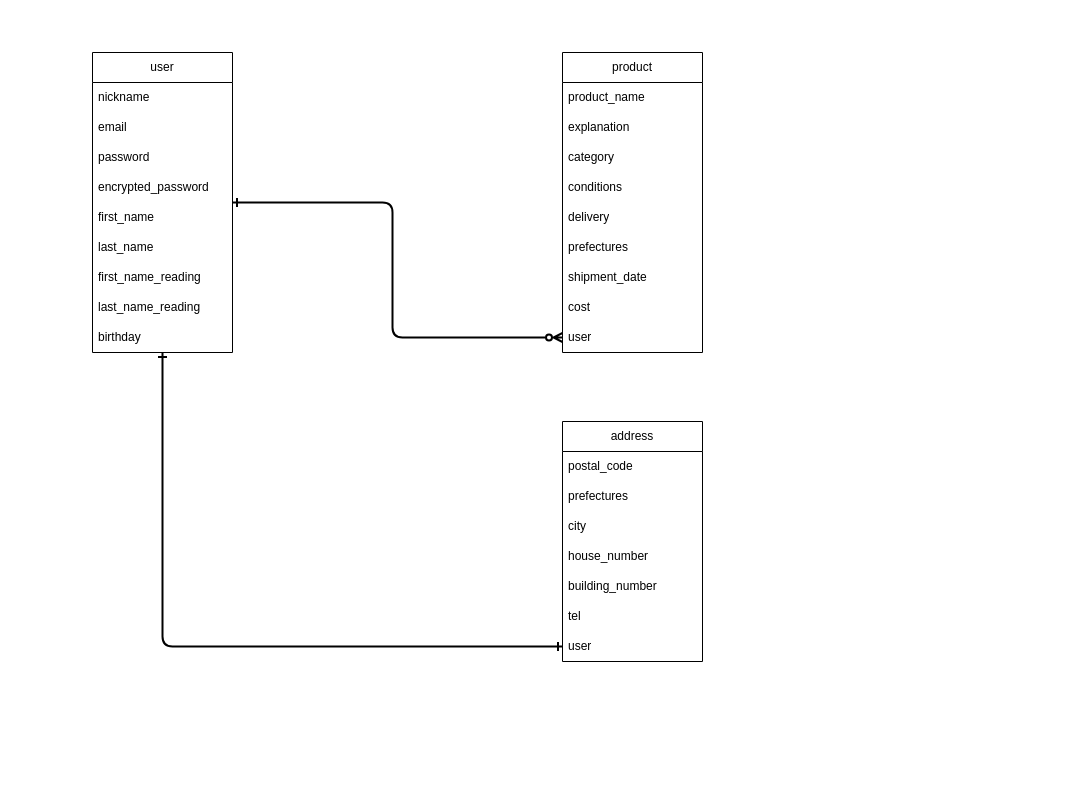
Above: furima_ER.dio in Yuya7124/furima-39057 (draw.io), before the change. Source tidied: cells renumbered, new cells numbered last; positions are measured from the earlier drawing's top-left corner, leaving out a move shared by most shapes. Both pictures are drawn from the tidied source at 100%, with x=0, y=0 at pixel (92, 52).
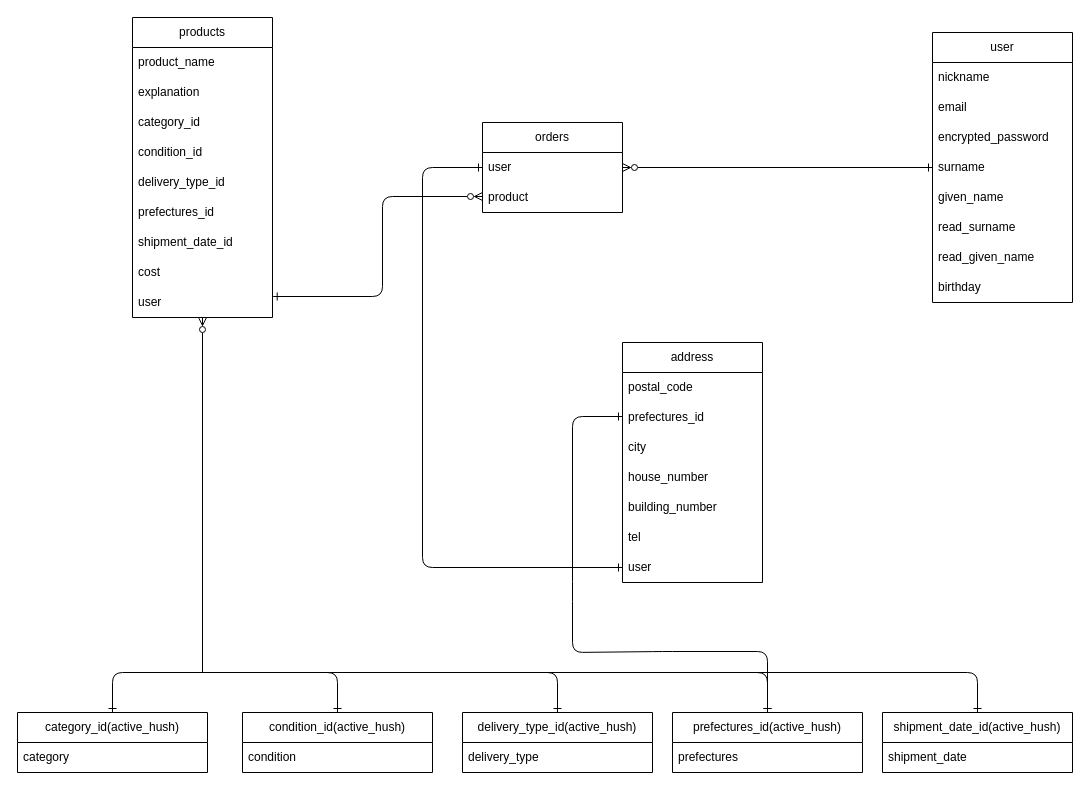
Above is the later version.

Commit message (it also covers changes not shown here):
データベース設計とER図の修正

Unchanged cells that the change refers to:
```xml
<mxCell id="21" value="user" style="text;strokeColor=none;fillColor=none;align=left;verticalAlign=middle;spacingLeft=4;spacingRight=4;overflow=hidden;points=[[0,0.5],[1,0.5]];portConstraint=eastwest;whiteSpace=wrap;html=1;" parent="12" vertex="1">
  <mxGeometry y="270" width="140" height="30" as="geometry" />
</mxCell>
<mxCell id="29" value="user" style="text;strokeColor=none;fillColor=none;align=left;verticalAlign=middle;spacingLeft=4;spacingRight=4;overflow=hidden;points=[[0,0.5],[1,0.5]];portConstraint=eastwest;whiteSpace=wrap;html=1;" parent="22" vertex="1">
  <mxGeometry y="210" width="140" height="30" as="geometry" />
</mxCell>
```

Change to the diagram source:
```diff
@@
     <mxCell id="2" value="user" style="swimlane;fontStyle=0;horizontal=1;startSize=30;whiteSpace=wrap;html=1;" parent="1" vertex="1">
-      <mxGeometry width="140" height="300" as="geometry" />
+      <mxGeometry x="840" y="-20" width="140" height="270" as="geometry" />
     </mxCell>
@@
-    <mxCell id="5" value="password" style="text;strokeColor=none;fillColor=none;align=left;verticalAlign=middle;spacingLeft=4;spacingRight=4;overflow=hidden;whiteSpace=wrap;html=1;" parent="2" vertex="1">
-      <mxGeometry y="90" width="140" height="30" as="geometry" />
-    </mxCell>
     <mxCell id="6" value="encrypted_password" style="text;strokeColor=none;fillColor=none;align=left;verticalAlign=middle;spacingLeft=4;spacingRight=4;overflow=hidden;whiteSpace=wrap;html=1;" parent="2" vertex="1">
-      <mxGeometry y="120" width="140" height="30" as="geometry" />
+      <mxGeometry y="90" width="140" height="30" as="geometry" />
     </mxCell>
-    <mxCell id="7" value="first_name" style="text;strokeColor=none;fillColor=none;align=left;verticalAlign=middle;spacingLeft=4;spacingRight=4;overflow=hidden;whiteSpace=wrap;html=1;" parent="2" vertex="1">
-      <mxGeometry y="150" width="140" height="30" as="geometry" />
+    <mxCell id="7" value="surname" style="text;strokeColor=none;fillColor=none;align=left;verticalAlign=middle;spacingLeft=4;spacingRight=4;overflow=hidden;whiteSpace=wrap;html=1;" parent="2" vertex="1">
+      <mxGeometry y="120" width="140" height="30" as="geometry" />
     </mxCell>
-    <mxCell id="8" value="last_name" style="text;strokeColor=none;fillColor=none;align=left;verticalAlign=middle;spacingLeft=4;spacingRight=4;overflow=hidden;whiteSpace=wrap;html=1;" parent="2" vertex="1">
-      <mxGeometry y="180" width="140" height="30" as="geometry" />
+    <mxCell id="8" value="given_name" style="text;strokeColor=none;fillColor=none;align=left;verticalAlign=middle;spacingLeft=4;spacingRight=4;overflow=hidden;whiteSpace=wrap;html=1;" parent="2" vertex="1">
+      <mxGeometry y="150" width="140" height="30" as="geometry" />
     </mxCell>
-    <mxCell id="9" value="first_name_reading" style="text;strokeColor=none;fillColor=none;align=left;verticalAlign=middle;spacingLeft=4;spacingRight=4;overflow=hidden;whiteSpace=wrap;html=1;" parent="2" vertex="1">
-      <mxGeometry y="210" width="140" height="30" as="geometry" />
+    <mxCell id="9" value="read_surname" style="text;strokeColor=none;fillColor=none;align=left;verticalAlign=middle;spacingLeft=4;spacingRight=4;overflow=hidden;whiteSpace=wrap;html=1;" parent="2" vertex="1">
+      <mxGeometry y="180" width="140" height="30" as="geometry" />
     </mxCell>
-    <mxCell id="10" value="last_name_reading" style="text;strokeColor=none;fillColor=none;align=left;verticalAlign=middle;spacingLeft=4;spacingRight=4;overflow=hidden;whiteSpace=wrap;html=1;" parent="2" vertex="1">
-      <mxGeometry y="240" width="140" height="30" as="geometry" />
+    <mxCell id="10" value="read_given_name" style="text;strokeColor=none;fillColor=none;align=left;verticalAlign=middle;spacingLeft=4;spacingRight=4;overflow=hidden;whiteSpace=wrap;html=1;" parent="2" vertex="1">
+      <mxGeometry y="210" width="140" height="30" as="geometry" />
     </mxCell>
     <mxCell id="11" value="birthday" style="text;strokeColor=none;fillColor=none;align=left;verticalAlign=middle;spacingLeft=4;spacingRight=4;overflow=hidden;whiteSpace=wrap;html=1;" parent="2" vertex="1">
-      <mxGeometry y="270" width="140" height="30" as="geometry" />
+      <mxGeometry y="240" width="140" height="30" as="geometry" />
     </mxCell>
-    <mxCell id="12" value="product" style="swimlane;fontStyle=0;horizontal=1;startSize=30;whiteSpace=wrap;html=1;" parent="1" vertex="1">
-      <mxGeometry x="470" width="140" height="300" as="geometry" />
+    <mxCell id="12" value="products" style="swimlane;fontStyle=0;horizontal=1;startSize=30;whiteSpace=wrap;html=1;" parent="1" vertex="1">
+      <mxGeometry x="40" y="-35" width="140" height="300" as="geometry" />
     </mxCell>
@@
-    <mxCell id="15" value="category" style="text;strokeColor=none;fillColor=none;align=left;verticalAlign=middle;spacingLeft=4;spacingRight=4;overflow=hidden;whiteSpace=wrap;html=1;" parent="12" vertex="1">
+    <mxCell id="15" value="category_id" style="text;strokeColor=none;fillColor=none;align=left;verticalAlign=middle;spacingLeft=4;spacingRight=4;overflow=hidden;whiteSpace=wrap;html=1;" parent="12" vertex="1">
       <mxGeometry y="90" width="140" height="30" as="geometry" />
     </mxCell>
-    <mxCell id="16" value="conditions" style="text;strokeColor=none;fillColor=none;align=left;verticalAlign=middle;spacingLeft=4;spacingRight=4;overflow=hidden;whiteSpace=wrap;html=1;" parent="12" vertex="1">
+    <mxCell id="16" value="condition_id" style="text;strokeColor=none;fillColor=none;align=left;verticalAlign=middle;spacingLeft=4;spacingRight=4;overflow=hidden;whiteSpace=wrap;html=1;" parent="12" vertex="1">
       <mxGeometry y="120" width="140" height="30" as="geometry" />
     </mxCell>
-    <mxCell id="17" value="delivery" style="text;strokeColor=none;fillColor=none;align=left;verticalAlign=middle;spacingLeft=4;spacingRight=4;overflow=hidden;whiteSpace=wrap;html=1;" parent="12" vertex="1">
+    <mxCell id="17" value="delivery_type_id" style="text;strokeColor=none;fillColor=none;align=left;verticalAlign=middle;spacingLeft=4;spacingRight=4;overflow=hidden;whiteSpace=wrap;html=1;" parent="12" vertex="1">
       <mxGeometry y="150" width="140" height="30" as="geometry" />
     </mxCell>
-    <mxCell id="18" value="prefectures" style="text;strokeColor=none;fillColor=none;align=left;verticalAlign=middle;spacingLeft=4;spacingRight=4;overflow=hidden;whiteSpace=wrap;html=1;" parent="12" vertex="1">
+    <mxCell id="18" value="prefectures_id" style="text;strokeColor=none;fillColor=none;align=left;verticalAlign=middle;spacingLeft=4;spacingRight=4;overflow=hidden;whiteSpace=wrap;html=1;" parent="12" vertex="1">
       <mxGeometry y="180" width="140" height="30" as="geometry" />
     </mxCell>
-    <mxCell id="19" value="shipment_date" style="text;strokeColor=none;fillColor=none;align=left;verticalAlign=middle;spacingLeft=4;spacingRight=4;overflow=hidden;whiteSpace=wrap;html=1;" parent="12" vertex="1">
+    <mxCell id="19" value="shipment_date_id" style="text;strokeColor=none;fillColor=none;align=left;verticalAlign=middle;spacingLeft=4;spacingRight=4;overflow=hidden;whiteSpace=wrap;html=1;" parent="12" vertex="1">
       <mxGeometry y="210" width="140" height="30" as="geometry" />
     </mxCell>
@@
     <mxCell id="22" value="address" style="swimlane;fontStyle=0;horizontal=1;startSize=30;whiteSpace=wrap;html=1;" parent="1" vertex="1">
-      <mxGeometry x="470" y="369" width="140" height="240" as="geometry" />
+      <mxGeometry x="530" y="290" width="140" height="240" as="geometry" />
     </mxCell>
@@
-    <mxCell id="24" value="prefectures" style="text;strokeColor=none;fillColor=none;align=left;verticalAlign=middle;spacingLeft=4;spacingRight=4;overflow=hidden;whiteSpace=wrap;html=1;" parent="22" vertex="1">
+    <mxCell id="24" value="prefectures_id" style="text;strokeColor=none;fillColor=none;align=left;verticalAlign=middle;spacingLeft=4;spacingRight=4;overflow=hidden;whiteSpace=wrap;html=1;" parent="22" vertex="1">
       <mxGeometry y="60" width="140" height="30" as="geometry" />
     </mxCell>
@@
-    <mxCell id="30" style="fontSize=12;html=1;endArrow=ERone;endFill=0;exitX=0;exitY=0.5;exitDx=0;exitDy=0;startArrow=ERone;startFill=0;strokeWidth=2;" parent="1" edge="1" source="29" target="2">
-      <mxGeometry relative="1" as="geometry">
-        <Array as="points">
-          <mxPoint x="70" y="594" />
-        </Array>
-      </mxGeometry>
-    </mxCell>
-    <mxCell id="31" style="edgeStyle=none;html=1;strokeColor=default;strokeWidth=2;fontSize=12;startArrow=ERzeroToMany;startFill=0;endArrow=ERone;endFill=0;exitX=0;exitY=0.5;exitDx=0;exitDy=0;" parent="1" edge="1" source="21" target="2">
-      <mxGeometry relative="1" as="geometry">
-        <Array as="points">
-          <mxPoint x="300" y="285" />
-          <mxPoint x="300" y="150" />
-        </Array>
-      </mxGeometry>
-    </mxCell>
+    <mxCell id="32" style="edgeStyle=none;html=1;startArrow=ERzeroToMany;startFill=0;endArrow=ERone;endFill=0;" parent="1" edge="1" source="33" target="2">
+      <mxGeometry relative="1" as="geometry" />
+    </mxCell>
+    <mxCell id="33" value="orders" style="swimlane;fontStyle=0;horizontal=1;startSize=30;whiteSpace=wrap;html=1;" parent="1" vertex="1">
+      <mxGeometry x="390" y="70" width="140" height="90" as="geometry" />
+    </mxCell>
+    <mxCell id="34" value="user" style="text;strokeColor=none;fillColor=none;align=left;verticalAlign=middle;spacingLeft=4;spacingRight=4;overflow=hidden;points=[[0,0.5],[1,0.5]];portConstraint=eastwest;whiteSpace=wrap;html=1;" parent="33" vertex="1">
+      <mxGeometry y="30" width="140" height="30" as="geometry" />
+    </mxCell>
+    <mxCell id="35" value="product" style="text;strokeColor=none;fillColor=none;align=left;verticalAlign=middle;spacingLeft=4;spacingRight=4;overflow=hidden;whiteSpace=wrap;html=1;" parent="33" vertex="1">
+      <mxGeometry y="60" width="140" height="30" as="geometry" />
+    </mxCell>
+    <mxCell id="36" style="edgeStyle=none;html=1;entryX=0.5;entryY=0.345;entryDx=0;entryDy=0;entryPerimeter=0;startArrow=ERone;startFill=0;endArrow=none;endFill=0;" parent="1" edge="1" source="37" target="54">
+      <mxGeometry relative="1" as="geometry">
+        <Array as="points">
+          <mxPoint x="20" y="620" />
+        </Array>
+      </mxGeometry>
+    </mxCell>
+    <mxCell id="37" value="category_&lt;span style=&quot;text-align: left;&quot;&gt;id(active_hush)&lt;/span&gt;" style="swimlane;fontStyle=0;horizontal=1;startSize=30;whiteSpace=wrap;html=1;" parent="1" vertex="1">
+      <mxGeometry x="-75" y="660" width="190" height="60" as="geometry" />
+    </mxCell>
+    <mxCell id="38" value="&lt;span style=&quot;text-align: center;&quot;&gt;category&lt;/span&gt;" style="text;strokeColor=none;fillColor=none;align=left;verticalAlign=middle;spacingLeft=4;spacingRight=4;overflow=hidden;whiteSpace=wrap;html=1;" parent="37" vertex="1">
+      <mxGeometry y="30" width="190" height="30" as="geometry" />
+    </mxCell>
+    <mxCell id="39" style="edgeStyle=none;html=1;exitX=0.5;exitY=0;exitDx=0;exitDy=0;entryX=0.691;entryY=0.509;entryDx=0;entryDy=0;entryPerimeter=0;startArrow=ERone;startFill=0;endArrow=none;endFill=0;" parent="1" edge="1" source="40" target="54">
+      <mxGeometry relative="1" as="geometry">
+        <Array as="points">
+          <mxPoint x="245" y="620" />
+        </Array>
+      </mxGeometry>
+    </mxCell>
+    <mxCell id="40" value="&lt;span style=&quot;text-align: left;&quot;&gt;condition_&lt;/span&gt;&lt;span style=&quot;text-align: left;&quot;&gt;id(active_hush)&lt;/span&gt;" style="swimlane;fontStyle=0;horizontal=1;startSize=30;whiteSpace=wrap;html=1;" parent="1" vertex="1">
+      <mxGeometry x="150" y="660" width="190" height="60" as="geometry" />
+    </mxCell>
+    <mxCell id="41" value="condition" style="text;strokeColor=none;fillColor=none;align=left;verticalAlign=middle;spacingLeft=4;spacingRight=4;overflow=hidden;whiteSpace=wrap;html=1;" parent="40" vertex="1">
+      <mxGeometry y="30" width="190" height="30" as="geometry" />
+    </mxCell>
+    <mxCell id="42" style="edgeStyle=none;html=1;startArrow=ERone;startFill=0;endArrow=ERone;endFill=0;exitX=0.5;exitY=0;exitDx=0;exitDy=0;" parent="1" edge="1" source="44">
+      <mxGeometry relative="1" as="geometry">
+        <mxPoint x="530" y="364" as="targetPoint" />
+        <Array as="points">
+          <mxPoint x="675" y="599" />
+          <mxPoint x="570" y="599" />
+          <mxPoint x="480" y="600" />
+          <mxPoint x="480" y="539" />
+          <mxPoint x="480" y="364" />
+        </Array>
+      </mxGeometry>
+    </mxCell>
+    <mxCell id="43" style="edgeStyle=none;html=1;entryX=0.5;entryY=0.373;entryDx=0;entryDy=0;entryPerimeter=0;startArrow=ERone;startFill=0;endArrow=none;endFill=0;" parent="1" edge="1" source="44" target="54">
+      <mxGeometry relative="1" as="geometry">
+        <Array as="points">
+          <mxPoint x="675" y="620" />
+        </Array>
+      </mxGeometry>
+    </mxCell>
+    <mxCell id="44" value="&lt;span style=&quot;text-align: left;&quot;&gt;prefectures_&lt;/span&gt;&lt;span style=&quot;text-align: left;&quot;&gt;id(active_hush)&lt;/span&gt;" style="swimlane;fontStyle=0;horizontal=1;startSize=30;whiteSpace=wrap;html=1;" parent="1" vertex="1">
+      <mxGeometry x="580" y="660" width="190" height="60" as="geometry" />
+    </mxCell>
+    <mxCell id="45" value="prefectures" style="text;strokeColor=none;fillColor=none;align=left;verticalAlign=middle;spacingLeft=4;spacingRight=4;overflow=hidden;whiteSpace=wrap;html=1;" parent="44" vertex="1">
+      <mxGeometry y="30" width="190" height="30" as="geometry" />
+    </mxCell>
+    <mxCell id="46" style="edgeStyle=none;html=1;entryX=0.528;entryY=0.345;entryDx=0;entryDy=0;entryPerimeter=0;startArrow=ERone;startFill=0;endArrow=none;endFill=0;" parent="1" edge="1" source="47" target="54">
+      <mxGeometry relative="1" as="geometry">
+        <Array as="points">
+          <mxPoint x="465" y="620" />
+        </Array>
+      </mxGeometry>
+    </mxCell>
+    <mxCell id="47" value="&lt;span style=&quot;text-align: left;&quot;&gt;delivery_type_id(active_hush)&lt;/span&gt;" style="swimlane;fontStyle=0;horizontal=1;startSize=30;whiteSpace=wrap;html=1;" parent="1" vertex="1">
+      <mxGeometry x="370" y="660" width="190" height="60" as="geometry" />
+    </mxCell>
+    <mxCell id="48" value="delivery_type" style="text;strokeColor=none;fillColor=none;align=left;verticalAlign=middle;spacingLeft=4;spacingRight=4;overflow=hidden;whiteSpace=wrap;html=1;" parent="47" vertex="1">
+      <mxGeometry y="30" width="190" height="30" as="geometry" />
+    </mxCell>
+    <mxCell id="49" style="edgeStyle=none;html=1;startArrow=ERone;startFill=0;endArrow=none;endFill=0;entryX=0.75;entryY=0.595;entryDx=0;entryDy=0;entryPerimeter=0;" parent="1" edge="1" source="50" target="54">
+      <mxGeometry relative="1" as="geometry">
+        <Array as="points">
+          <mxPoint x="885" y="620" />
+          <mxPoint x="470" y="620" />
+        </Array>
+      </mxGeometry>
+    </mxCell>
+    <mxCell id="50" value="&lt;span style=&quot;text-align: left;&quot;&gt;shipment_date_&lt;/span&gt;&lt;span style=&quot;text-align: left;&quot;&gt;id(active_hush)&lt;/span&gt;" style="swimlane;fontStyle=0;horizontal=1;startSize=30;whiteSpace=wrap;html=1;" parent="1" vertex="1">
+      <mxGeometry x="790" y="660" width="190" height="60" as="geometry" />
+    </mxCell>
+    <mxCell id="51" value="shipment_date" style="text;strokeColor=none;fillColor=none;align=left;verticalAlign=middle;spacingLeft=4;spacingRight=4;overflow=hidden;whiteSpace=wrap;html=1;" parent="50" vertex="1">
+      <mxGeometry y="30" width="190" height="30" as="geometry" />
+    </mxCell>
+    <mxCell id="52" style="edgeStyle=none;html=1;startArrow=ERone;startFill=0;endArrow=ERzeroToMany;endFill=0;entryX=0;entryY=0.5;entryDx=0;entryDy=0;exitX=1.005;exitY=0.335;exitDx=0;exitDy=0;exitPerimeter=0;" parent="1" edge="1">
+      <mxGeometry relative="1" as="geometry">
+        <mxPoint x="180.7" y="244" as="sourcePoint" />
+        <mxPoint x="390" y="144" as="targetPoint" />
+        <Array as="points">
+          <mxPoint x="290" y="244" />
+          <mxPoint x="290" y="144" />
+        </Array>
+      </mxGeometry>
+    </mxCell>
+    <mxCell id="53" style="edgeStyle=none;html=1;startArrow=none;startFill=0;endArrow=ERzeroToMany;endFill=0;" parent="1" edge="1" source="54" target="12">
+      <mxGeometry relative="1" as="geometry" />
+    </mxCell>
+    <mxCell id="54" style="shape=waypoint;sketch=0;fillStyle=solid;size=6;points=[];fillColor=none;perimeter=centerPerimeter;snapToPoint=1;strokeWidth=0;strokeColor=none;" parent="1" vertex="1">
+      <mxGeometry x="100" y="610" width="20" height="20" as="geometry" />
+    </mxCell>
+    <mxCell id="55" style="edgeStyle=none;html=1;entryX=0;entryY=0.5;entryDx=0;entryDy=0;startArrow=ERone;startFill=0;endArrow=ERone;endFill=0;" parent="1" edge="1" source="29" target="34">
+      <mxGeometry relative="1" as="geometry">
+        <Array as="points">
+          <mxPoint x="330" y="515" />
+          <mxPoint x="330" y="115" />
+        </Array>
+      </mxGeometry>
+    </mxCell>
```
